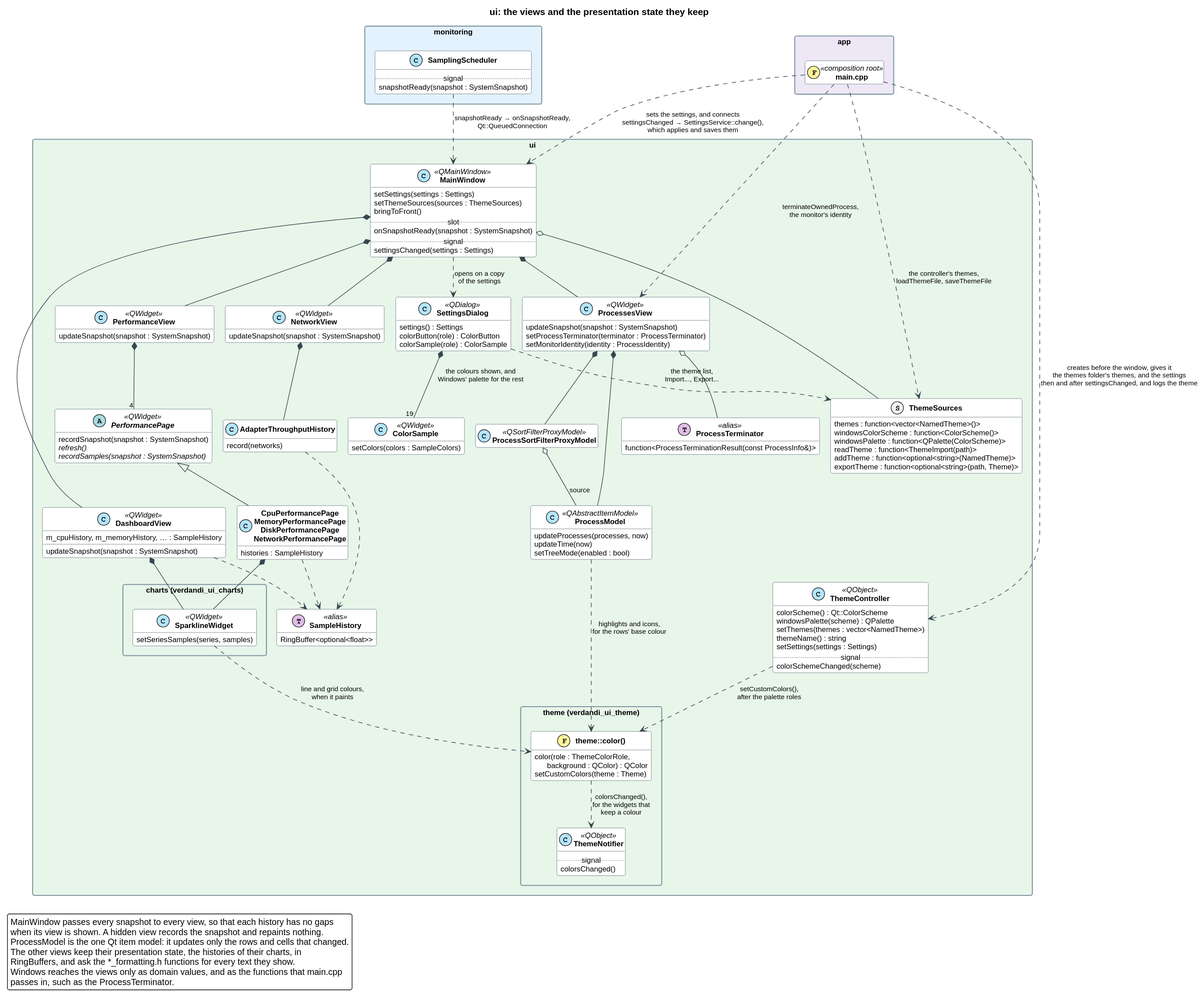
Above: docs/diagrams/ui_views.svg in DunderGG/verdandi (PlantUML), before the change.
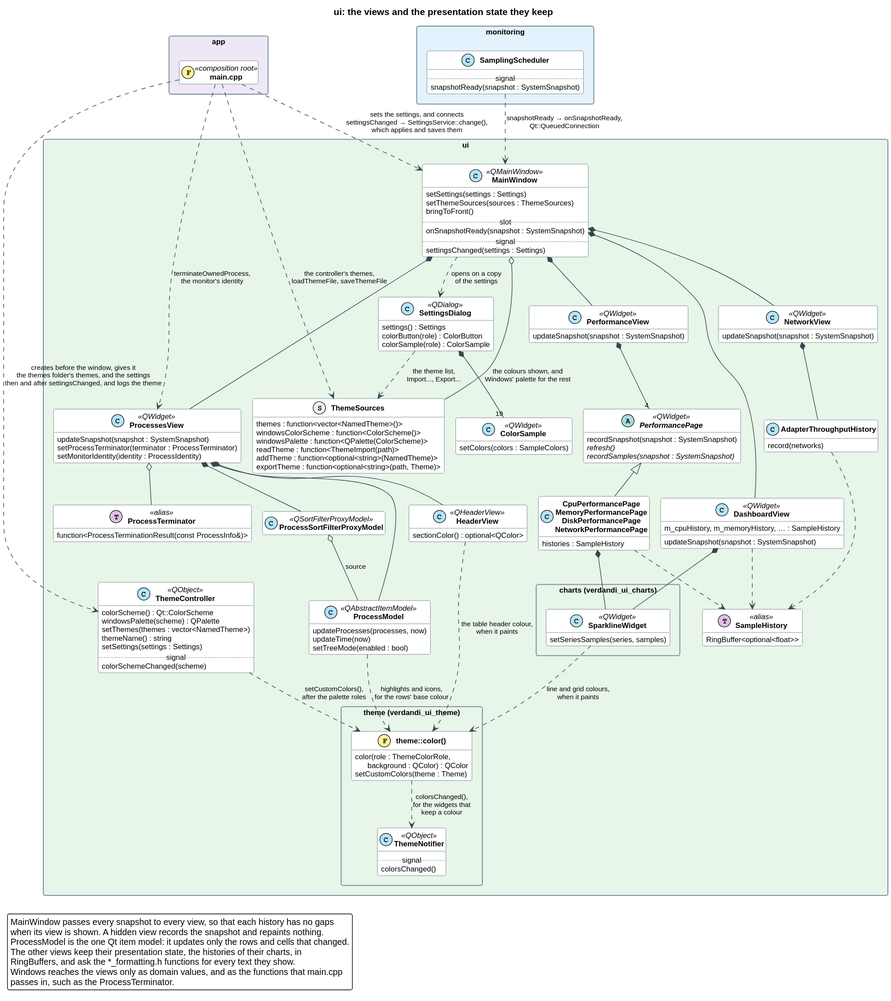
After the change.

Change to the diagram source:
```diff
@@ -66,6 +66,10 @@
     }
 
     class ProcessSortFilterProxyModel <<QSortFilterProxyModel>>
+
+    class HeaderView <<QHeaderView>> {
+        sectionColor() : optional<QColor>
+    }
 
     class NetworkView <<QWidget>> {
         updateSnapshot(snapshot : SystemSnapshot)
@@ -136,6 +140,7 @@
 PerformanceView *-- "4" PerformancePage
 pages -up-|> PerformancePage
 ProcessesView *-- ProcessModel
+ProcessesView *-- HeaderView
 ProcessesView *-- ProcessSortFilterProxyModel
 ProcessSortFilterProxyModel o-- ProcessModel : source
 ProcessesView o-- ProcessTerminator
@@ -150,6 +155,7 @@
 pages *-- SparklineWidget
 SparklineWidget ..> themeColor : line and grid colours,\nwhen it paints
 ProcessModel ..> themeColor : highlights and icons,\nfor the rows' base colour
+HeaderView ..> themeColor : the table header colour,\nwhen it paints
 ThemeController ..> themeColor : setCustomColors(),\nafter the palette roles
 themeColor ..> ThemeNotifier : colorsChanged(),\nfor the widgets that\nkeep a colour
 
```
